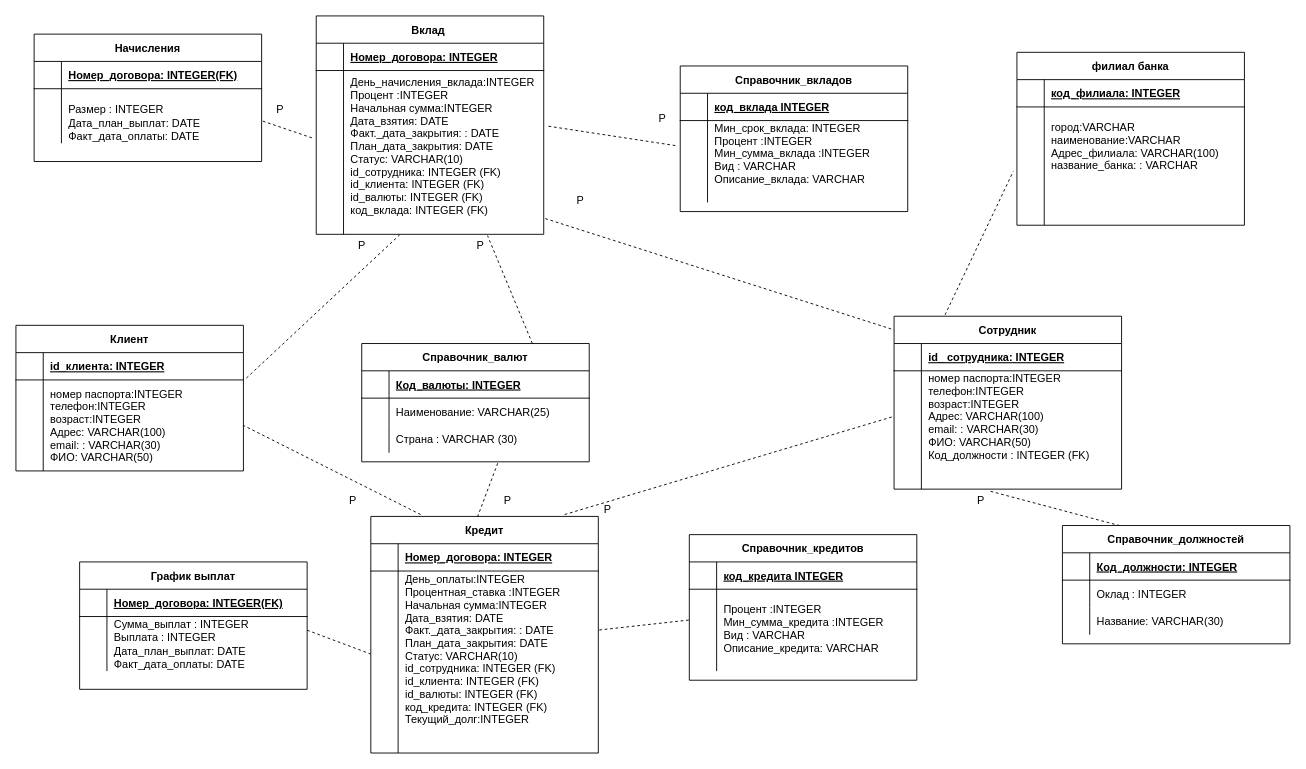
Above: students/k3139/Kosmach_Mariia/LR2/ервин2.drawio in marinagovorova/DATABASES_ICT_2-3s_2022-2023_2023-2024 (draw.io), before the change. Source tidied: cells renumbered, new cells numbered last; positions are measured from the earlier drawing's top-left corner, leaving out a move shared by most shapes. Both pictures are drawn from the tidied source at 91%, with x=0, y=0 at pixel (15, 15).
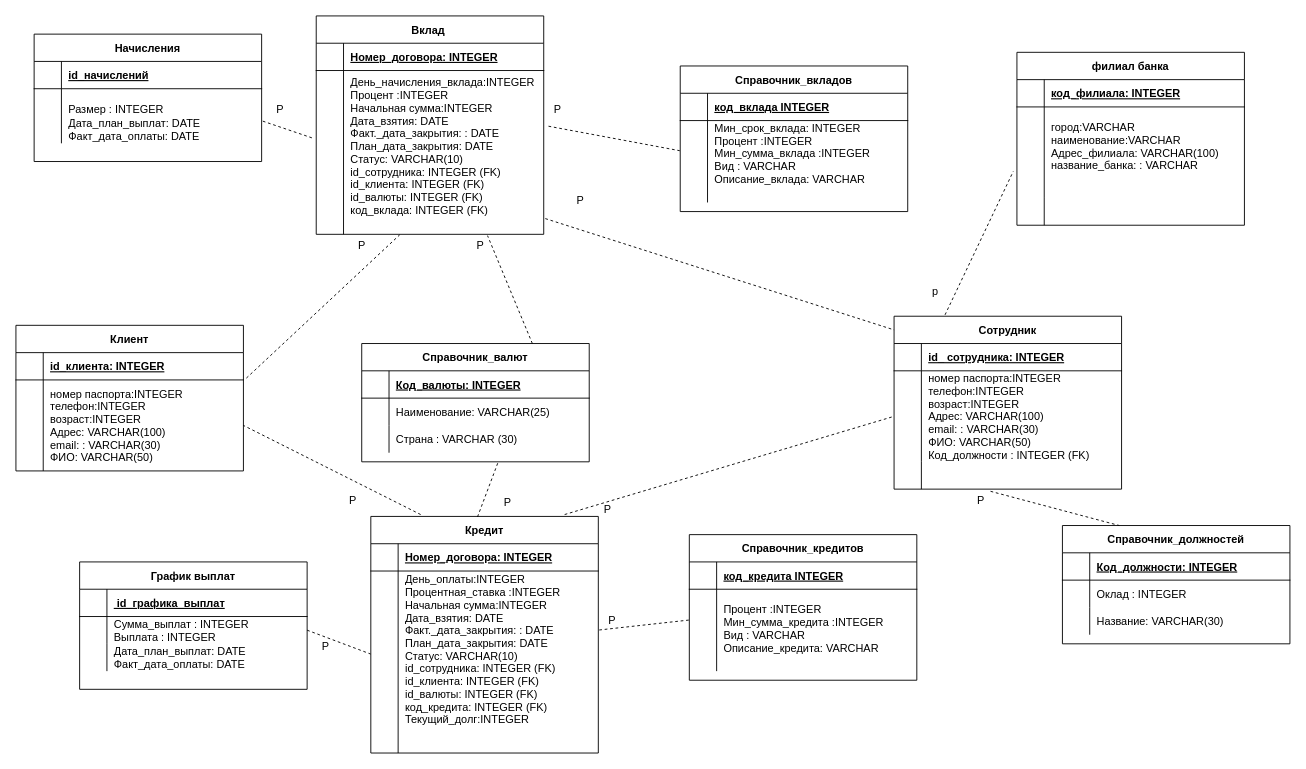
The same diagram, later.

Unchanged cells that the change refers to:
```xml
<mxCell id="43" style="shape=partialRectangle;fillColor=none;points=[[0,0.5],[1,0.5]];portConstraint=eastwest;top=0;left=0;right=0;bottom=0;" parent="39" vertex="1">
  <mxGeometry y="60" width="250" height="180" as="geometry" />
</mxCell>
<mxCell id="54" style="shape=partialRectangle;fillColor=none;top=0;left=0;right=0;bottom=1;" parent="53" vertex="1">
  <mxGeometry y="30" width="250" height="30" as="geometry" />
</mxCell>
<mxCell id="64" style="shape=partialRectangle;fillColor=none;top=0;left=0;right=0;bottom=1;" parent="63" vertex="1">
  <mxGeometry y="30" width="250" height="30" as="geometry" />
</mxCell>
<mxCell id="77" style="shape=partialRectangle;fillColor=none;points=[[0,0.5],[1,0.5]];portConstraint=eastwest;top=0;left=0;right=0;bottom=0;" parent="73" vertex="1">
  <mxGeometry y="60" width="250" height="90" as="geometry" />
</mxCell>
```

Diff of the diagram source:
```diff
@@
-    <mxCell id="56" value="Номер_договора: INTEGER(FK)" style="shape=partialRectangle;overflow=hidden;fillColor=none;top=0;left=0;bottom=0;right=0;align=left;spacingLeft=6;fontStyle=5;" parent="54" vertex="1">
+    <mxCell id="56" value=" id_графика_выплат" style="shape=partialRectangle;overflow=hidden;fillColor=none;top=0;left=0;bottom=0;right=0;align=left;spacingLeft=6;fontStyle=5;" parent="54" vertex="1">
       <mxGeometry x="30" width="220" height="30" as="geometry" />
     </mxCell>
@@
-    <mxCell id="66" value="Номер_договора: INTEGER(FK)" style="shape=partialRectangle;overflow=hidden;fillColor=none;top=0;left=0;bottom=0;right=0;align=left;spacingLeft=6;fontStyle=5;" parent="64" vertex="1">
+    <mxCell id="66" value="id_начислений" style="shape=partialRectangle;overflow=hidden;fillColor=none;top=0;left=0;bottom=0;right=0;align=left;spacingLeft=6;fontStyle=5;" parent="64" vertex="1">
       <mxGeometry x="30" width="220" height="30" as="geometry" />
     </mxCell>
@@
-    <mxCell id="107" style="endArrow=none;dashed=1;html=1;rounded=0;exitX=1.021;exitY=0.34;exitDx=0;exitDy=0;exitPerimeter=0;entryX=-0.01;entryY=0.31;entryDx=0;entryDy=0;entryPerimeter=0;" parent="1" edge="1" source="43" target="77">
+    <mxCell id="107" style="endArrow=none;dashed=1;html=1;rounded=0;exitX=1.021;exitY=0.34;exitDx=0;exitDy=0;exitPerimeter=0;entryX=-0.002;entryY=0.368;entryDx=0;entryDy=0;entryPerimeter=0;" parent="1" edge="1" source="43" target="77">
       <mxGeometry relative="1" as="geometry" />
     </mxCell>
@@
     <mxCell id="111" value="P" style="text;html=1;align=center;verticalAlign=middle;strokeColor=none;fillColor=none;" parent="1" vertex="1">
-      <mxGeometry x="525" y="518" width="30" height="30" as="geometry" />
+      <mxGeometry x="525" y="520" width="30" height="30" as="geometry" />
     </mxCell>
@@
     <mxCell id="117" value="P" style="text;html=1;align=center;verticalAlign=middle;strokeColor=none;fillColor=none;" parent="1" vertex="1">
-      <mxGeometry x="695" y="98" width="30" height="30" as="geometry" />
+      <mxGeometry x="580" y="88" width="30" height="30" as="geometry" />
     </mxCell>
+    <mxCell id="118" value="P" style="text;html=1;align=center;verticalAlign=middle;strokeColor=none;fillColor=none;" parent="1" vertex="1">
+      <mxGeometry x="640" y="650" width="30" height="30" as="geometry" />
+    </mxCell>
+    <mxCell id="119" value="P" style="text;html=1;align=center;verticalAlign=middle;strokeColor=none;fillColor=none;" parent="1" vertex="1">
+      <mxGeometry x="325" y="678" width="30" height="30" as="geometry" />
+    </mxCell>
+    <mxCell id="120" value="p" style="text;html=1;align=center;verticalAlign=middle;strokeColor=none;fillColor=none;" parent="1" vertex="1">
+      <mxGeometry x="995" y="288" width="30" height="30" as="geometry" />
+    </mxCell>
```
